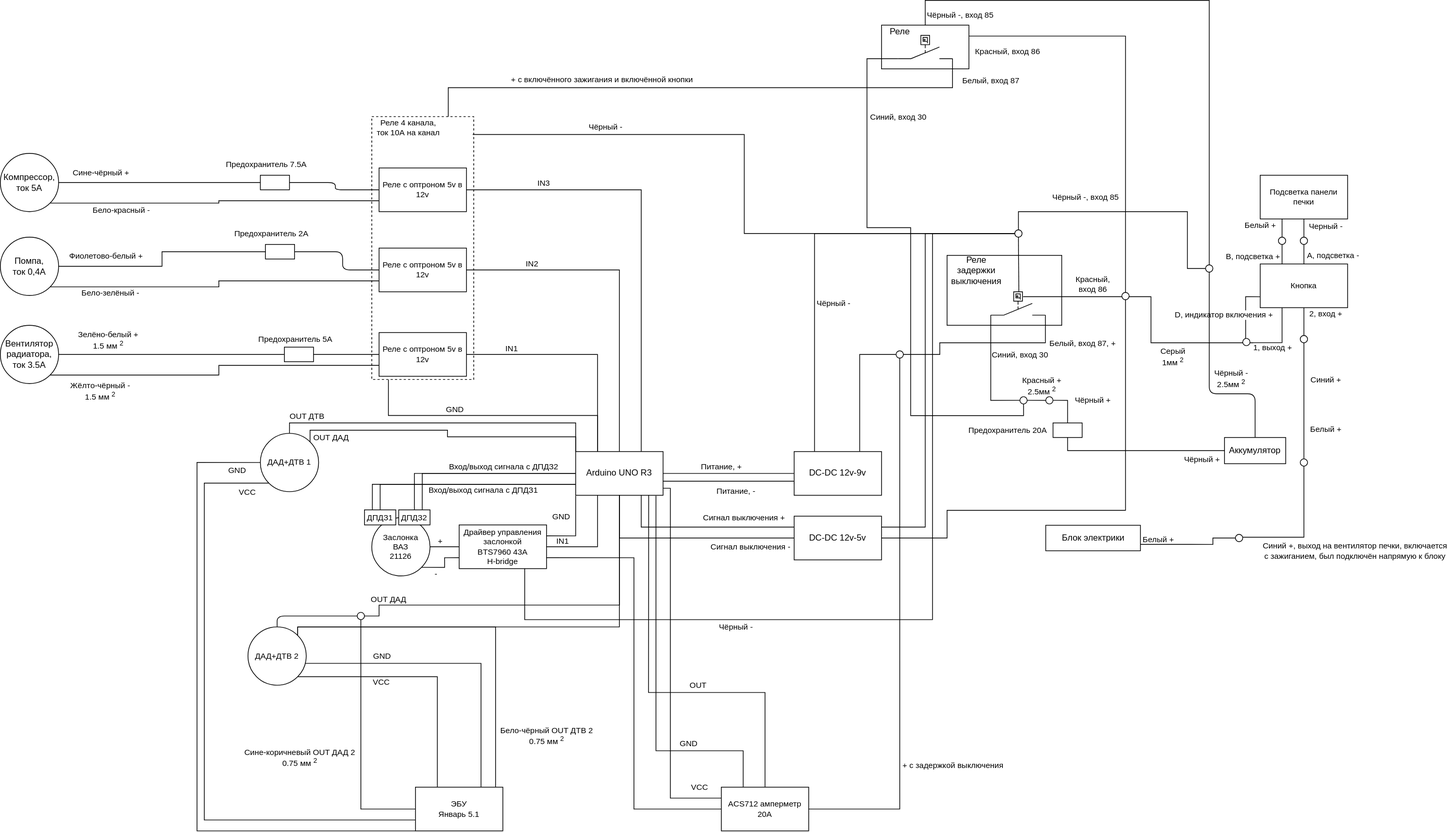
The draw.io diagram electrical_scheme.drawio.svg in kak-tus/compressor, before a commit. Source tidied: cells renumbered, new cells last; positions are measured from the earlier drawing's top-left corner, leaving out a move shared by most shapes.
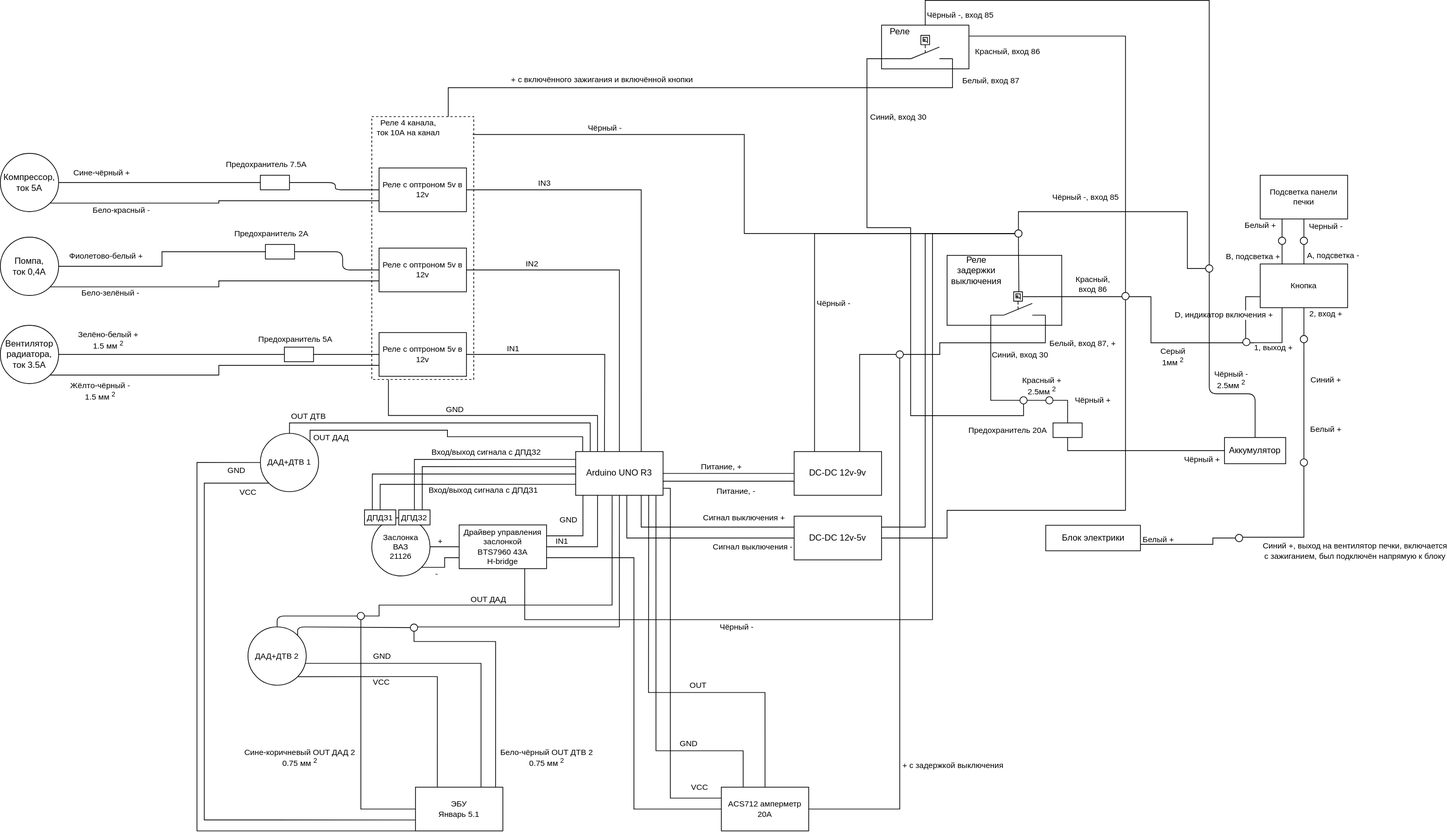
Above is the later version.

Commit message:
Don't cross lines.

The edit, as a diff of the source:
```diff
@@ -260,11 +260,10 @@
         <mxPoint y="-4" as="offset" />
       </mxGeometry>
     </mxCell>
-    <mxCell id="61" style="edgeStyle=orthogonalEdgeStyle;shape=connector;rounded=0;jettySize=auto;html=1;entryX=1;entryY=0.25;entryDx=0;entryDy=0;labelBackgroundColor=default;strokeColor=default;fontFamily=Helvetica;fontSize=11;fontColor=default;endArrow=none;endFill=0;" parent="1" edge="1" target="115">
+    <mxCell id="61" style="edgeStyle=orthogonalEdgeStyle;shape=connector;rounded=0;jettySize=auto;html=1;entryX=1;entryY=0.25;entryDx=0;entryDy=0;labelBackgroundColor=default;strokeColor=default;fontFamily=Helvetica;fontSize=11;fontColor=default;endArrow=none;endFill=0;exitX=0.083;exitY=1;exitDx=0;exitDy=0;exitPerimeter=0;" parent="1" edge="1" source="81" target="115">
       <mxGeometry relative="1" as="geometry">
-        <mxPoint x="790" y="680" as="sourcePoint" />
         <Array as="points">
-          <mxPoint x="790" y="735" />
+          <mxPoint x="800" y="735" />
         </Array>
       </mxGeometry>
     </mxCell>
@@ -273,19 +272,31 @@
         <mxPoint x="-17" y="-15" as="offset" />
       </mxGeometry>
     </mxCell>
-    <mxCell id="63" style="edgeStyle=orthogonalEdgeStyle;shape=connector;rounded=0;jettySize=auto;html=1;exitX=0;exitY=0.5;exitDx=0;exitDy=0;entryX=0.75;entryY=0;entryDx=0;entryDy=0;labelBackgroundColor=default;strokeColor=default;fontFamily=Helvetica;fontSize=11;fontColor=default;endArrow=none;endFill=0;" parent="1" edge="1" source="81" target="126">
-      <mxGeometry relative="1" as="geometry" />
+    <mxCell id="63" style="edgeStyle=orthogonalEdgeStyle;shape=connector;rounded=0;jettySize=auto;html=1;entryX=0.75;entryY=0;entryDx=0;entryDy=0;labelBackgroundColor=default;strokeColor=default;fontFamily=Helvetica;fontSize=11;fontColor=default;endArrow=none;endFill=0;exitX=0;exitY=0.345;exitDx=0;exitDy=0;exitPerimeter=0;" parent="1" edge="1" source="81" target="126">
+      <mxGeometry relative="1" as="geometry">
+        <Array as="points">
+          <mxPoint x="579" y="640" />
+        </Array>
+      </mxGeometry>
     </mxCell>
-    <mxCell id="64" style="edgeStyle=orthogonalEdgeStyle;shape=connector;rounded=0;jettySize=auto;html=1;exitX=0;exitY=0.5;exitDx=0;exitDy=0;entryX=0.5;entryY=0;entryDx=0;entryDy=0;labelBackgroundColor=default;strokeColor=default;fontFamily=Helvetica;fontSize=11;fontColor=default;endArrow=none;endFill=0;" parent="1" edge="1" source="81" target="126">
-      <mxGeometry relative="1" as="geometry" />
+    <mxCell id="64" style="edgeStyle=orthogonalEdgeStyle;shape=connector;rounded=0;jettySize=auto;html=1;entryX=0.5;entryY=0;entryDx=0;entryDy=0;labelBackgroundColor=default;strokeColor=default;fontFamily=Helvetica;fontSize=11;fontColor=default;endArrow=none;endFill=0;exitX=0.002;exitY=0.179;exitDx=0;exitDy=0;exitPerimeter=0;" parent="1" edge="1" source="81" target="126">
+      <mxGeometry relative="1" as="geometry">
+        <Array as="points">
+          <mxPoint x="569" y="630" />
+        </Array>
+      </mxGeometry>
     </mxCell>
     <mxCell id="65" value="Вход/выход сигнала с ДПДЗ2" style="edgeLabel;html=1;align=center;verticalAlign=middle;fontSize=11;fontFamily=Helvetica;fontColor=default;" parent="64" vertex="1">
       <mxGeometry x="-0.48" y="1" relative="1" as="geometry">
-        <mxPoint x="-30" y="-11" as="offset" />
+        <mxPoint x="-49" y="-12" as="offset" />
       </mxGeometry>
     </mxCell>
-    <mxCell id="66" style="edgeStyle=orthogonalEdgeStyle;shape=connector;rounded=0;jettySize=auto;html=1;exitX=0;exitY=0.75;exitDx=0;exitDy=0;entryX=0.25;entryY=0;entryDx=0;entryDy=0;labelBackgroundColor=default;strokeColor=default;fontFamily=Helvetica;fontSize=11;fontColor=default;endArrow=none;endFill=0;" parent="1" edge="1" source="81" target="125">
-      <mxGeometry relative="1" as="geometry" />
+    <mxCell id="66" style="edgeStyle=orthogonalEdgeStyle;shape=connector;rounded=0;jettySize=auto;html=1;entryX=0.25;entryY=0;entryDx=0;entryDy=0;labelBackgroundColor=default;strokeColor=default;fontFamily=Helvetica;fontSize=11;fontColor=default;endArrow=none;endFill=0;exitX=0;exitY=0.513;exitDx=0;exitDy=0;exitPerimeter=0;" parent="1" edge="1" source="81" target="125">
+      <mxGeometry relative="1" as="geometry">
+        <Array as="points">
+          <mxPoint x="511" y="650" />
+        </Array>
+      </mxGeometry>
     </mxCell>
     <mxCell id="67" style="edgeStyle=orthogonalEdgeStyle;shape=connector;rounded=0;jettySize=auto;html=1;exitX=0;exitY=0.75;exitDx=0;exitDy=0;entryX=0.5;entryY=0;entryDx=0;entryDy=0;labelBackgroundColor=default;strokeColor=default;fontFamily=Helvetica;fontSize=11;fontColor=default;endArrow=none;endFill=0;" parent="1" edge="1" source="81" target="125">
       <mxGeometry relative="1" as="geometry" />
@@ -295,19 +306,25 @@
         <mxPoint y="7" as="offset" />
       </mxGeometry>
     </mxCell>
-    <mxCell id="69" style="edgeStyle=orthogonalEdgeStyle;shape=connector;rounded=0;jettySize=auto;html=1;exitX=0.25;exitY=0;exitDx=0;exitDy=0;entryX=1;entryY=0.5;entryDx=0;entryDy=0;labelBackgroundColor=default;strokeColor=default;fontFamily=Helvetica;fontSize=11;fontColor=default;endArrow=none;endFill=0;" parent="1" edge="1" source="81" target="99">
-      <mxGeometry relative="1" as="geometry" />
+    <mxCell id="69" style="edgeStyle=orthogonalEdgeStyle;shape=connector;rounded=0;jettySize=auto;html=1;entryX=1;entryY=0.5;entryDx=0;entryDy=0;labelBackgroundColor=default;strokeColor=default;fontFamily=Helvetica;fontSize=11;fontColor=default;endArrow=none;endFill=0;exitX=0.33;exitY=-0.005;exitDx=0;exitDy=0;exitPerimeter=0;" parent="1" edge="1" source="81" target="99">
+      <mxGeometry relative="1" as="geometry">
+        <Array as="points">
+          <mxPoint x="830" y="600" />
+          <mxPoint x="830" y="600" />
+          <mxPoint x="830" y="486" />
+        </Array>
+      </mxGeometry>
     </mxCell>
     <mxCell id="70" value="IN1" style="edgeLabel;html=1;align=center;verticalAlign=middle;fontSize=11;fontFamily=Helvetica;fontColor=default;" parent="69" vertex="1">
       <mxGeometry x="0.6" y="1" relative="1" as="geometry">
         <mxPoint y="-9" as="offset" />
       </mxGeometry>
     </mxCell>
-    <mxCell id="71" style="edgeStyle=orthogonalEdgeStyle;shape=connector;rounded=0;jettySize=auto;html=1;exitX=0.5;exitY=1;exitDx=0;exitDy=0;entryX=1;entryY=0;entryDx=0;entryDy=0;labelBackgroundColor=default;strokeColor=default;fontFamily=Helvetica;fontSize=11;fontColor=default;endArrow=none;endFill=0;" parent="1" edge="1" source="81" target="135">
+    <mxCell id="71" style="edgeStyle=orthogonalEdgeStyle;shape=connector;rounded=0;jettySize=auto;html=1;exitX=0.5;exitY=1;exitDx=0;exitDy=0;entryX=1;entryY=0.5;entryDx=0;entryDy=0;labelBackgroundColor=default;strokeColor=default;fontFamily=Helvetica;fontSize=11;fontColor=default;endArrow=none;endFill=0;" parent="1" edge="1" source="81" target="180">
       <mxGeometry relative="1" as="geometry">
         <Array as="points">
           <mxPoint x="850" y="860" />
-          <mxPoint x="408" y="860" />
+          <mxPoint x="573" y="860" />
         </Array>
       </mxGeometry>
     </mxCell>
@@ -318,12 +335,12 @@
     </mxCell>
     <mxCell id="73" value="Бело-чёрный OUT ДТВ 2&lt;br&gt;0.75 мм&lt;sup style=&quot;border-color: var(--border-color);&quot;&gt;2&lt;/sup&gt;" style="edgeLabel;html=1;align=center;verticalAlign=middle;fontSize=11;fontFamily=Helvetica;fontColor=default;" parent="71" vertex="1">
       <mxGeometry x="0.48" y="4" relative="1" as="geometry">
-        <mxPoint x="189" y="146" as="offset" />
+        <mxPoint x="59" y="176" as="offset" />
       </mxGeometry>
     </mxCell>
     <mxCell id="74" value="Сине-коричневый OUT ДАД 2&lt;br&gt;0.75 мм&lt;sup style=&quot;border-color: var(--border-color);&quot;&gt;2&lt;br&gt;&lt;/sup&gt;" style="edgeLabel;html=1;align=center;verticalAlign=middle;fontSize=11;fontFamily=Helvetica;fontColor=default;" parent="71" vertex="1">
       <mxGeometry x="0.56" y="-2" relative="1" as="geometry">
-        <mxPoint x="-125" y="182" as="offset" />
+        <mxPoint x="-262" y="182" as="offset" />
       </mxGeometry>
     </mxCell>
     <mxCell id="75" style="edgeStyle=orthogonalEdgeStyle;shape=connector;rounded=0;jettySize=auto;html=1;exitX=1;exitY=0.839;exitDx=0;exitDy=0;entryX=0;entryY=0.25;entryDx=0;entryDy=0;labelBackgroundColor=default;strokeColor=default;fontFamily=Helvetica;fontSize=11;fontColor=default;endArrow=none;endFill=0;exitPerimeter=0;" parent="1" edge="1" source="81" target="159">
@@ -527,8 +544,12 @@
         <mxPoint x="100" y="-13" as="offset" />
       </mxGeometry>
     </mxCell>
-    <mxCell id="118" style="edgeStyle=orthogonalEdgeStyle;shape=connector;rounded=0;jettySize=auto;html=1;exitX=0;exitY=0.5;exitDx=0;exitDy=0;entryX=0.5;entryY=1;entryDx=0;entryDy=0;labelBackgroundColor=default;strokeColor=default;fontFamily=Helvetica;fontSize=11;fontColor=default;endArrow=none;endFill=0;" parent="1" edge="1" source="120" target="81">
-      <mxGeometry relative="1" as="geometry" />
+    <mxCell id="118" style="edgeStyle=orthogonalEdgeStyle;shape=connector;rounded=0;jettySize=auto;html=1;exitX=0;exitY=0.5;exitDx=0;exitDy=0;labelBackgroundColor=default;strokeColor=default;fontFamily=Helvetica;fontSize=11;fontColor=default;endArrow=none;endFill=0;entryX=0.585;entryY=1.005;entryDx=0;entryDy=0;entryPerimeter=0;" parent="1" edge="1" source="120" target="81">
+      <mxGeometry relative="1" as="geometry">
+        <Array as="points">
+          <mxPoint x="860" y="738" />
+        </Array>
+      </mxGeometry>
     </mxCell>
     <mxCell id="119" value="Сигнал выключения -" style="edgeLabel;html=1;align=center;verticalAlign=middle;fontSize=11;fontFamily=Helvetica;fontColor=default;" parent="118" vertex="1">
       <mxGeometry x="-0.36" relative="1" as="geometry">
@@ -581,12 +602,12 @@
         <mxPoint x="28" y="7" as="offset" />
       </mxGeometry>
     </mxCell>
-    <mxCell id="132" style="edgeStyle=orthogonalEdgeStyle;rounded=0;jettySize=auto;html=1;exitX=1;exitY=0.5;exitDx=0;exitDy=0;entryX=0.5;entryY=1;entryDx=0;entryDy=0;endArrow=none;endFill=0;" parent="1" edge="1" source="178" target="81">
+    <mxCell id="132" style="edgeStyle=orthogonalEdgeStyle;rounded=0;jettySize=auto;html=1;exitX=1;exitY=0.5;exitDx=0;exitDy=0;endArrow=none;endFill=0;entryX=0.417;entryY=1.011;entryDx=0;entryDy=0;entryPerimeter=0;" parent="1" edge="1" source="178" target="81">
       <mxGeometry relative="1" as="geometry">
         <Array as="points">
           <mxPoint x="520" y="845" />
           <mxPoint x="520" y="830" />
-          <mxPoint x="850" y="830" />
+          <mxPoint x="840" y="830" />
         </Array>
       </mxGeometry>
     </mxCell>
@@ -597,13 +618,12 @@
         </Array>
       </mxGeometry>
     </mxCell>
-    <mxCell id="134" style="edgeStyle=orthogonalEdgeStyle;shape=connector;rounded=0;jettySize=auto;html=1;exitX=1;exitY=0;exitDx=0;exitDy=0;labelBackgroundColor=default;strokeColor=default;fontFamily=Helvetica;fontSize=11;fontColor=default;endArrow=none;endFill=0;" parent="1" edge="1" source="135">
+    <mxCell id="134" style="edgeStyle=orthogonalEdgeStyle;shape=connector;rounded=0;jettySize=auto;html=1;labelBackgroundColor=default;strokeColor=default;fontFamily=Helvetica;fontSize=11;fontColor=default;endArrow=none;endFill=0;exitX=0.5;exitY=1;exitDx=0;exitDy=0;" parent="1" edge="1" source="180">
       <mxGeometry relative="1" as="geometry">
         <mxPoint x="680" y="1080" as="targetPoint" />
         <Array as="points">
-          <mxPoint x="408" y="860" />
-          <mxPoint x="680" y="860" />
-          <mxPoint x="680" y="1080" />
+          <mxPoint x="568" y="880" />
+          <mxPoint x="680" y="880" />
         </Array>
       </mxGeometry>
     </mxCell>
@@ -677,13 +697,13 @@
         <mxPoint y="9" as="offset" />
       </mxGeometry>
     </mxCell>
-    <mxCell id="150" style="edgeStyle=orthogonalEdgeStyle;shape=connector;rounded=0;jettySize=auto;html=1;exitX=1;exitY=0;exitDx=0;exitDy=0;entryX=0;entryY=0;entryDx=0;entryDy=0;labelBackgroundColor=default;strokeColor=default;fontFamily=Helvetica;fontSize=11;fontColor=default;endArrow=none;endFill=0;" parent="1" edge="1" source="156" target="81">
+    <mxCell id="150" style="edgeStyle=orthogonalEdgeStyle;shape=connector;rounded=0;jettySize=auto;html=1;exitX=1;exitY=0;exitDx=0;exitDy=0;labelBackgroundColor=default;strokeColor=default;fontFamily=Helvetica;fontSize=11;fontColor=default;endArrow=none;endFill=0;entryX=0.081;entryY=0;entryDx=0;entryDy=0;entryPerimeter=0;" parent="1" edge="1" source="156" target="81">
       <mxGeometry relative="1" as="geometry">
         <Array as="points">
           <mxPoint x="425" y="590" />
           <mxPoint x="614" y="590" />
           <mxPoint x="614" y="599" />
-          <mxPoint x="790" y="599" />
+          <mxPoint x="800" y="599" />
         </Array>
       </mxGeometry>
     </mxCell>
@@ -705,11 +725,12 @@
         <mxPoint y="10" as="offset" />
       </mxGeometry>
     </mxCell>
-    <mxCell id="154" style="edgeStyle=orthogonalEdgeStyle;shape=connector;rounded=0;jettySize=auto;html=1;exitX=0.5;exitY=0;exitDx=0;exitDy=0;entryX=0;entryY=0;entryDx=0;entryDy=0;labelBackgroundColor=default;strokeColor=default;fontFamily=Helvetica;fontSize=11;fontColor=default;endArrow=none;endFill=0;" parent="1" edge="1" source="156" target="81">
+    <mxCell id="154" style="edgeStyle=orthogonalEdgeStyle;shape=connector;rounded=0;jettySize=auto;html=1;exitX=0.5;exitY=0;exitDx=0;exitDy=0;labelBackgroundColor=default;strokeColor=default;fontFamily=Helvetica;fontSize=11;fontColor=default;endArrow=none;endFill=0;entryX=0.166;entryY=-0.007;entryDx=0;entryDy=0;entryPerimeter=0;" parent="1" edge="1" source="156" target="81">
       <mxGeometry relative="1" as="geometry">
         <Array as="points">
           <mxPoint x="397" y="580" />
-          <mxPoint x="790" y="580" />
+          <mxPoint x="810" y="580" />
+          <mxPoint x="810" y="610" />
         </Array>
       </mxGeometry>
     </mxCell>
@@ -817,5 +838,15 @@
     <mxCell id="178" style="ellipse;whiteSpace=wrap;html=1;fontFamily=Helvetica;fontSize=11;fontColor=default;" parent="1" vertex="1">
       <mxGeometry x="490" y="840" width="10" height="10" as="geometry" />
     </mxCell>
+    <mxCell id="179" style="edgeStyle=none;html=1;exitX=0;exitY=0.5;exitDx=0;exitDy=0;entryX=1;entryY=0;entryDx=0;entryDy=0;endArrow=none;endFill=0;" parent="1" edge="1" source="180" target="135">
+      <mxGeometry relative="1" as="geometry">
+        <Array as="points">
+          <mxPoint x="408" y="860" />
+        </Array>
+      </mxGeometry>
+    </mxCell>
+    <mxCell id="180" style="ellipse;whiteSpace=wrap;html=1;fontFamily=Helvetica;fontSize=11;fontColor=default;" parent="1" vertex="1">
+      <mxGeometry x="563" y="856" width="10" height="10" as="geometry" />
+    </mxCell>
   </root>
 </mxGraphModel>
```
